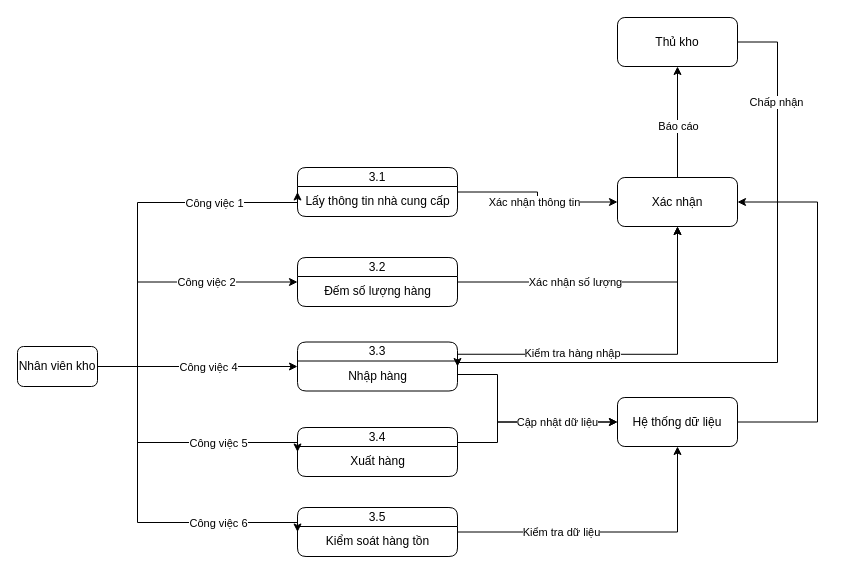
An-Huy/BTL keeps this draw.io diagram as Untitled Diagram.drawio. Above is the earlier version. Source tidied: cells renumbered, new cells numbered last; positions are measured from the earlier drawing's top-left corner, leaving out a move shared by most shapes. Both pictures are drawn from the tidied source at 100%, with x=0, y=0 at pixel (17, 17).
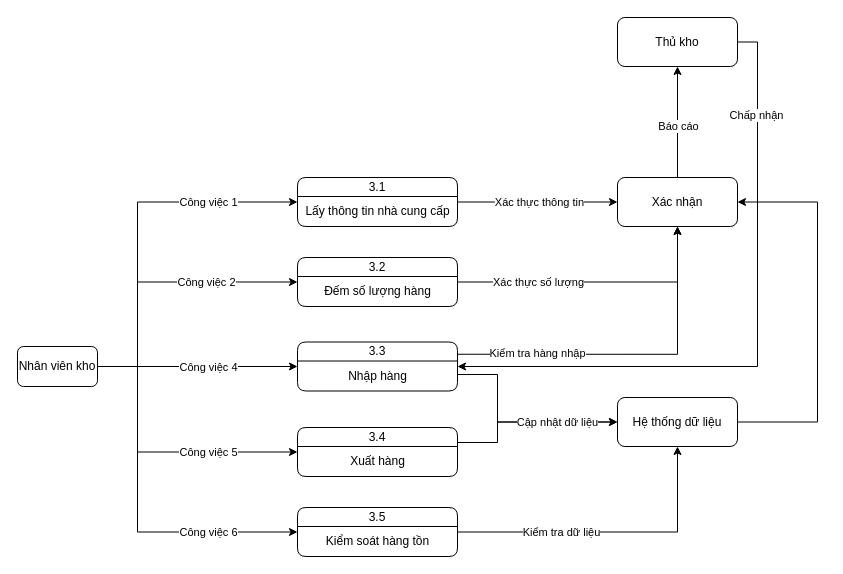
The same diagram, later.

Unchanged cells that the change refers to:
```xml
<mxCell id="2" value="Nhân viên kho" style="rounded=1;whiteSpace=wrap;html=1;fillStyle=hatch;" parent="1" vertex="1">
  <mxGeometry y="329" width="80" height="40" as="geometry" />
</mxCell>
<mxCell id="5" style="edgeStyle=elbowEdgeStyle;rounded=0;jettySize=auto;html=1;entryX=0;entryY=0.5;entryDx=0;entryDy=0;labelBorderColor=none;" parent="1" edge="1" source="7" target="39">
  <mxGeometry relative="1" as="geometry" />
</mxCell>
<mxCell id="10" style="edgeStyle=orthogonalEdgeStyle;rounded=0;jettySize=auto;html=1;entryX=0.5;entryY=1;entryDx=0;entryDy=0;labelBorderColor=none;" parent="1" edge="1" source="12" target="39">
  <mxGeometry relative="1" as="geometry" />
</mxCell>
<mxCell id="14" style="edgeStyle=orthogonalEdgeStyle;rounded=0;jettySize=auto;html=1;entryX=0.5;entryY=1;entryDx=0;entryDy=0;labelBorderColor=none;exitX=1;exitY=0.25;exitDx=0;exitDy=0;" parent="1" edge="1" source="17" target="39">
  <mxGeometry relative="1" as="geometry" />
</mxCell>
<mxCell id="17" value="3.3" style="swimlane;fontStyle=0;horizontal=1;startSize=19;whiteSpace=wrap;html=1;rounded=1;fillStyle=hatch;" parent="1" vertex="1">
  <mxGeometry x="280" y="324.5" width="160" height="49" as="geometry" />
</mxCell>
<mxCell id="21" value="3.4" style="swimlane;fontStyle=0;horizontal=1;startSize=19;whiteSpace=wrap;html=1;rounded=1;fillStyle=hatch;" parent="1" vertex="1">
  <mxGeometry x="280" y="410" width="160" height="49" as="geometry" />
</mxCell>
<mxCell id="25" value="3.5" style="swimlane;fontStyle=0;horizontal=1;startSize=19;whiteSpace=wrap;html=1;rounded=1;fillStyle=hatch;" parent="1" vertex="1">
  <mxGeometry x="280" y="490" width="160" height="49" as="geometry" />
</mxCell>
<mxCell id="42" value="Thủ kho" style="rounded=1;whiteSpace=wrap;html=1;fillStyle=hatch;" parent="1" vertex="1">
  <mxGeometry x="600" width="120" height="49" as="geometry" />
</mxCell>
```

What changed in the source:
```diff
@@
-    <mxCell id="6" value="Xác nhận thông tin" style="edgeLabel;html=1;align=center;verticalAlign=middle;" parent="5" vertex="1">
+    <mxCell id="6" value="Xác thực thông tin" style="edgeLabel;html=1;align=center;verticalAlign=middle;" parent="5" vertex="1">
       <mxGeometry x="0.17" relative="1" as="geometry">
         <mxPoint x="-13" as="offset" />
       </mxGeometry>
     </mxCell>
     <mxCell id="7" value="3.1" style="swimlane;fontStyle=0;horizontal=1;startSize=19;whiteSpace=wrap;html=1;rounded=1;fillStyle=hatch;" parent="1" vertex="1">
-      <mxGeometry x="280" y="150" width="160" height="49" as="geometry" />
+      <mxGeometry x="280" y="160" width="160" height="49" as="geometry" />
     </mxCell>
@@
-    <mxCell id="11" value="Xác nhận số lượng" style="edgeLabel;html=1;align=center;verticalAlign=middle;" parent="10" vertex="1">
+    <mxCell id="11" value="Xác thực số lượng" style="edgeLabel;html=1;align=center;verticalAlign=middle;" parent="10" vertex="1">
       <mxGeometry x="-0.44" y="1" relative="1" as="geometry">
-        <mxPoint x="40" y="1" as="offset" />
+        <mxPoint x="3" y="1" as="offset" />
       </mxGeometry>
     </mxCell>
@@
     <mxCell id="15" value="Kiểm tra hàng nhập" style="edgeLabel;html=1;align=center;verticalAlign=middle;" parent="14" vertex="1">
       <mxGeometry x="-0.31" y="1" relative="1" as="geometry">
-        <mxPoint x="-6" as="offset" />
+        <mxPoint x="-41" as="offset" />
       </mxGeometry>
     </mxCell>
@@
     <mxCell id="31" style="rounded=0;jettySize=auto;html=1;entryX=0;entryY=0.5;entryDx=0;entryDy=0;labelBorderColor=none;exitX=1;exitY=0.5;exitDx=0;exitDy=0;edgeStyle=orthogonalEdgeStyle;" parent="1" edge="1" source="2" target="21">
       <mxGeometry relative="1" as="geometry">
         <Array as="points">
           <mxPoint x="120" y="349" />
-          <mxPoint x="120" y="425" />
+          <mxPoint x="120" y="435" />
         </Array>
       </mxGeometry>
     </mxCell>
@@
     <mxCell id="33" style="rounded=0;jettySize=auto;html=1;labelBorderColor=none;entryX=0;entryY=0.5;entryDx=0;entryDy=0;exitX=1;exitY=0.5;exitDx=0;exitDy=0;edgeStyle=orthogonalEdgeStyle;" parent="1" edge="1" source="2" target="25">
       <mxGeometry relative="1" as="geometry">
         <Array as="points">
           <mxPoint x="120" y="349" />
-          <mxPoint x="120" y="505" />
+          <mxPoint x="120" y="515" />
         </Array>
       </mxGeometry>
     </mxCell>
@@
-    <mxCell id="40" style="edgeStyle=orthogonalEdgeStyle;rounded=0;jettySize=auto;html=1;entryX=1;entryY=0.5;entryDx=0;entryDy=0;labelBorderColor=none;exitX=1;exitY=0.5;exitDx=0;exitDy=0;" parent="1" edge="1" source="42" target="17">
-      <mxGeometry relative="1" as="geometry">
-        <Array as="points">
-          <mxPoint x="760" y="25" />
-          <mxPoint x="760" y="345" />
-        </Array>
-      </mxGeometry>
+    <mxCell id="40" style="rounded=0;jettySize=auto;html=1;labelBorderColor=none;exitX=1;exitY=0.5;exitDx=0;exitDy=0;entryX=1;entryY=0.5;entryDx=0;entryDy=0;edgeStyle=orthogonalEdgeStyle;" parent="1" edge="1" source="42" target="17">
+      <mxGeometry relative="1" as="geometry" />
     </mxCell>
```
